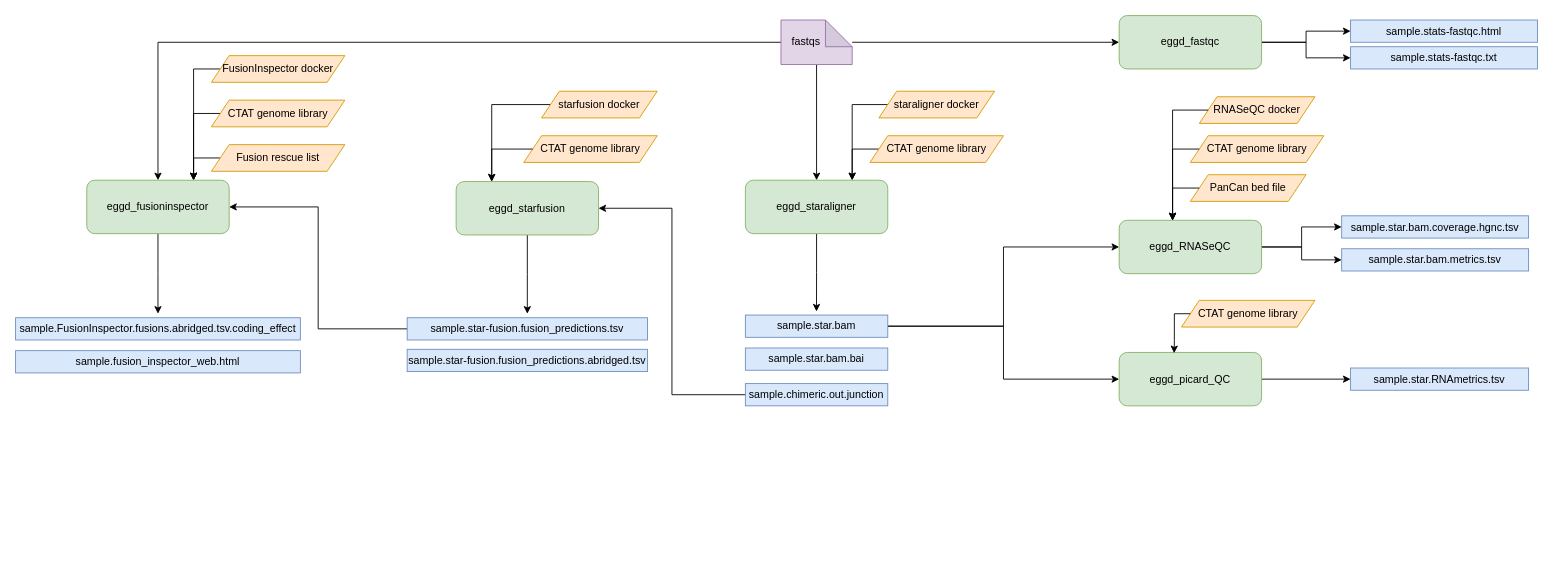
eastgenomics/eggd_eunomia_workflow keeps this draw.io diagram as images/pancan_workflow.drawio. Above is the earlier version. Source tidied: cells renumbered, new cells numbered last; positions are measured from the earlier drawing's top-left corner, leaving out a move shared by most shapes. Both pictures are drawn from the tidied source at 89%, with x=0, y=0 at pixel (15, 15).
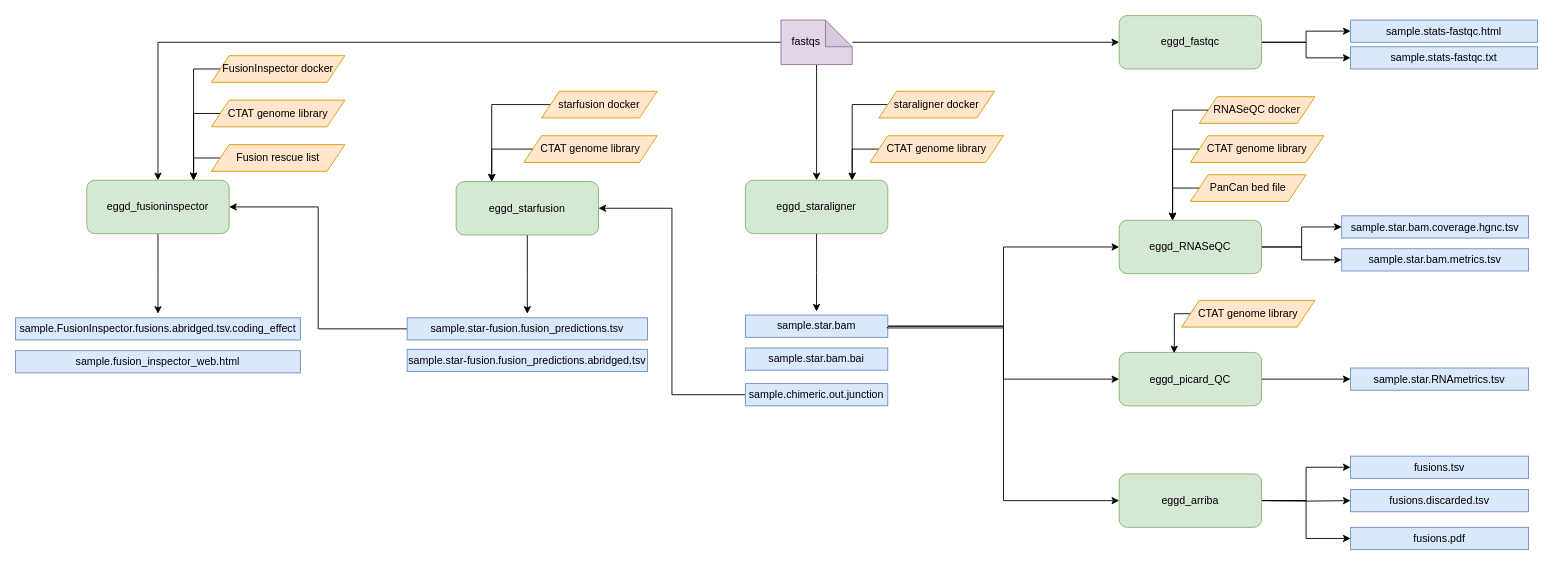
After the change.

The edit, as a diff of the source:
```diff
@@
+    <mxCell id="58" style="edgeStyle=orthogonalEdgeStyle;rounded=0;jettySize=auto;html=1;exitX=1;exitY=0.5;exitDx=0;exitDy=0;entryX=0;entryY=0.5;entryDx=0;entryDy=0;" parent="1" edge="1" source="61" target="63">
+      <mxGeometry relative="1" as="geometry" />
+    </mxCell>
+    <mxCell id="59" style="edgeStyle=orthogonalEdgeStyle;rounded=0;jettySize=auto;html=1;" parent="1" edge="1" target="64">
+      <mxGeometry relative="1" as="geometry">
+        <mxPoint x="1410" y="545" as="sourcePoint" />
+      </mxGeometry>
+    </mxCell>
+    <mxCell id="60" style="edgeStyle=orthogonalEdgeStyle;rounded=0;jettySize=auto;html=1;exitX=1;exitY=0.5;exitDx=0;exitDy=0;entryX=0;entryY=0.5;entryDx=0;entryDy=0;" parent="1" edge="1" source="61" target="65">
+      <mxGeometry relative="1" as="geometry" />
+    </mxCell>
+    <mxCell id="61" value="eggd_arriba" style="rounded=1;whiteSpace=wrap;html=1;fillColor=#d5e8d4;strokeColor=#82b366;" parent="1" vertex="1">
+      <mxGeometry x="1240" y="515" width="160" height="60" as="geometry" />
+    </mxCell>
+    <mxCell id="62" style="edgeStyle=orthogonalEdgeStyle;rounded=0;jettySize=auto;html=1;entryX=0;entryY=0.5;entryDx=0;entryDy=0;" parent="1" edge="1" target="61">
+      <mxGeometry relative="1" as="geometry">
+        <mxPoint x="979.5" y="350" as="sourcePoint" />
+        <Array as="points">
+          <mxPoint x="980" y="351" />
+          <mxPoint x="1110" y="351" />
+          <mxPoint x="1110" y="545" />
+        </Array>
+      </mxGeometry>
+    </mxCell>
+    <mxCell id="63" value="fusions.tsv" style="rounded=0;whiteSpace=wrap;html=1;fillColor=#dae8fc;strokeColor=#6c8ebf;" parent="1" vertex="1">
+      <mxGeometry x="1500" y="495" width="200" height="25" as="geometry" />
+    </mxCell>
+    <mxCell id="64" value="fusions.discarded.tsv" style="rounded=0;whiteSpace=wrap;html=1;fillColor=#dae8fc;strokeColor=#6c8ebf;" parent="1" vertex="1">
+      <mxGeometry x="1500" y="532.5" width="200" height="25" as="geometry" />
+    </mxCell>
+    <mxCell id="65" value="fusions.pdf" style="rounded=0;whiteSpace=wrap;html=1;fillColor=#dae8fc;strokeColor=#6c8ebf;" parent="1" vertex="1">
+      <mxGeometry x="1500" y="575" width="200" height="25" as="geometry" />
+    </mxCell>
```
